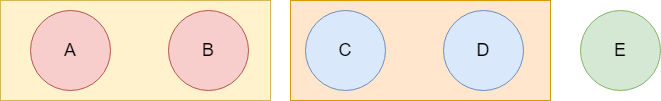
muxicode/c153080686 keeps this draw.io diagram as algrithem/union_set2.drawio.png. Above is the earlier version. Source tidied: cells renumbered, new cells last; positions are measured from the earlier drawing's top-left corner, leaving out a move shared by most shapes.
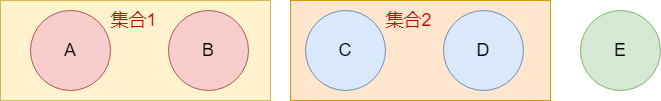
Later version of the same file.

The edit, as a diff of the source:
```diff
@@ -23,5 +23,11 @@
     <mxCell id="8" value="&lt;font style=&quot;font-size: 18px;&quot;&gt;E&lt;/font&gt;" style="ellipse;whiteSpace=wrap;html=1;fillColor=#d5e8d4;strokeColor=#82b366;" parent="1" vertex="1">
       <mxGeometry x="580" y="10" width="80" height="80" as="geometry" />
     </mxCell>
+    <mxCell id="9" value="&lt;font color=&quot;#cc0000&quot; style=&quot;font-size: 18px;&quot;&gt;集合1&lt;/font&gt;" style="text;html=1;align=center;verticalAlign=middle;strokeColor=none;fillColor=none;" parent="1" vertex="1">
+      <mxGeometry x="98" width="70" height="40" as="geometry" />
+    </mxCell>
+    <mxCell id="10" value="&lt;font color=&quot;#cc0000&quot; style=&quot;font-size: 18px;&quot;&gt;集合2&lt;/font&gt;" style="text;html=1;align=center;verticalAlign=middle;strokeColor=none;fillColor=none;" parent="1" vertex="1">
+      <mxGeometry x="373" width="70" height="40" as="geometry" />
+    </mxCell>
   </root>
 </mxGraphModel>
```
